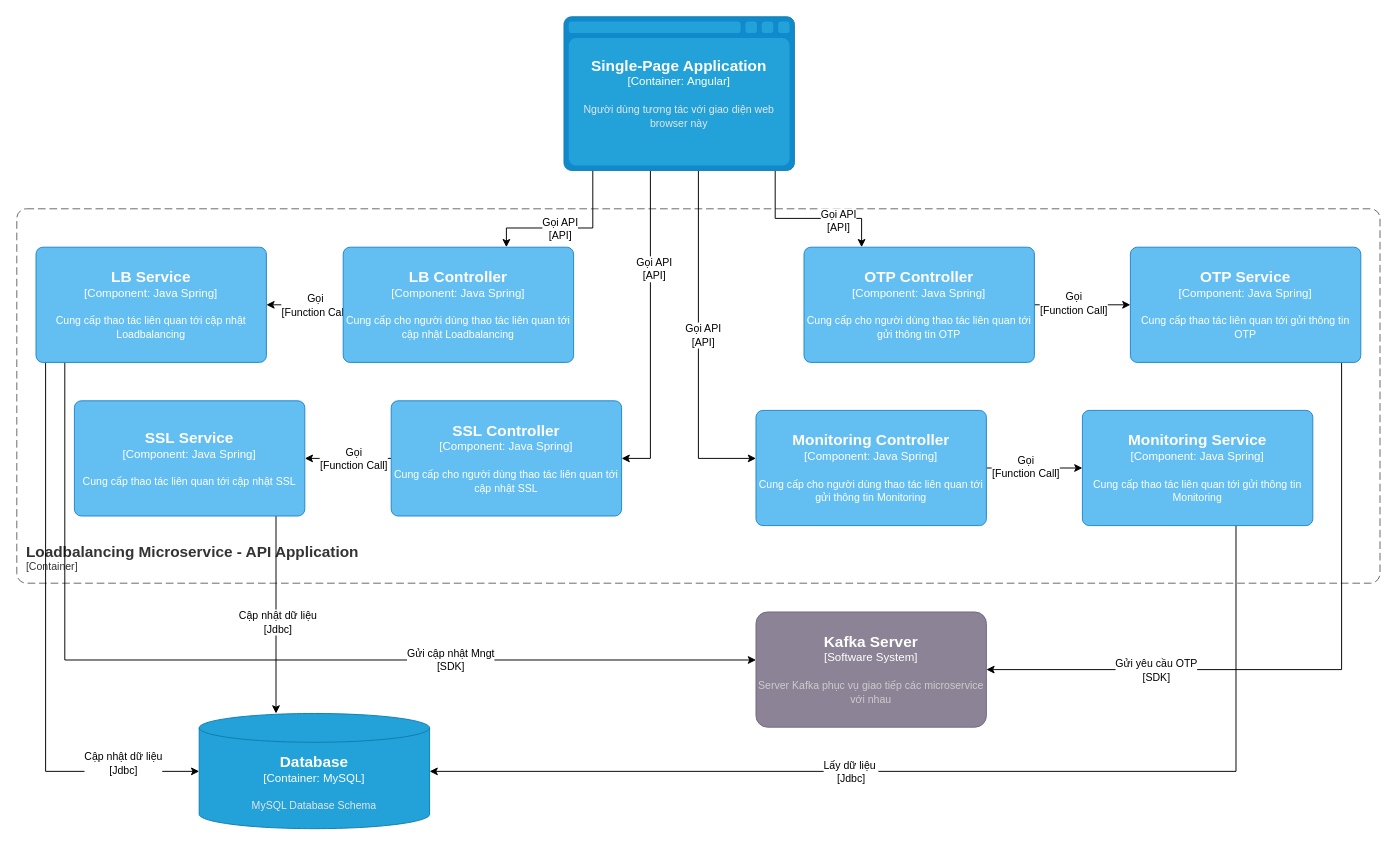
Above: Idg-Portal lv3 Loadbalancing API.drawio in dangngocsoncntt/draw.io (draw.io), before the change. Source tidied: cells renumbered, new cells numbered last; positions are measured from the earlier drawing's top-left corner, leaving out a move shared by most shapes. Both pictures are drawn from the tidied source at 96%, with x=0, y=0 at pixel (16, 16).
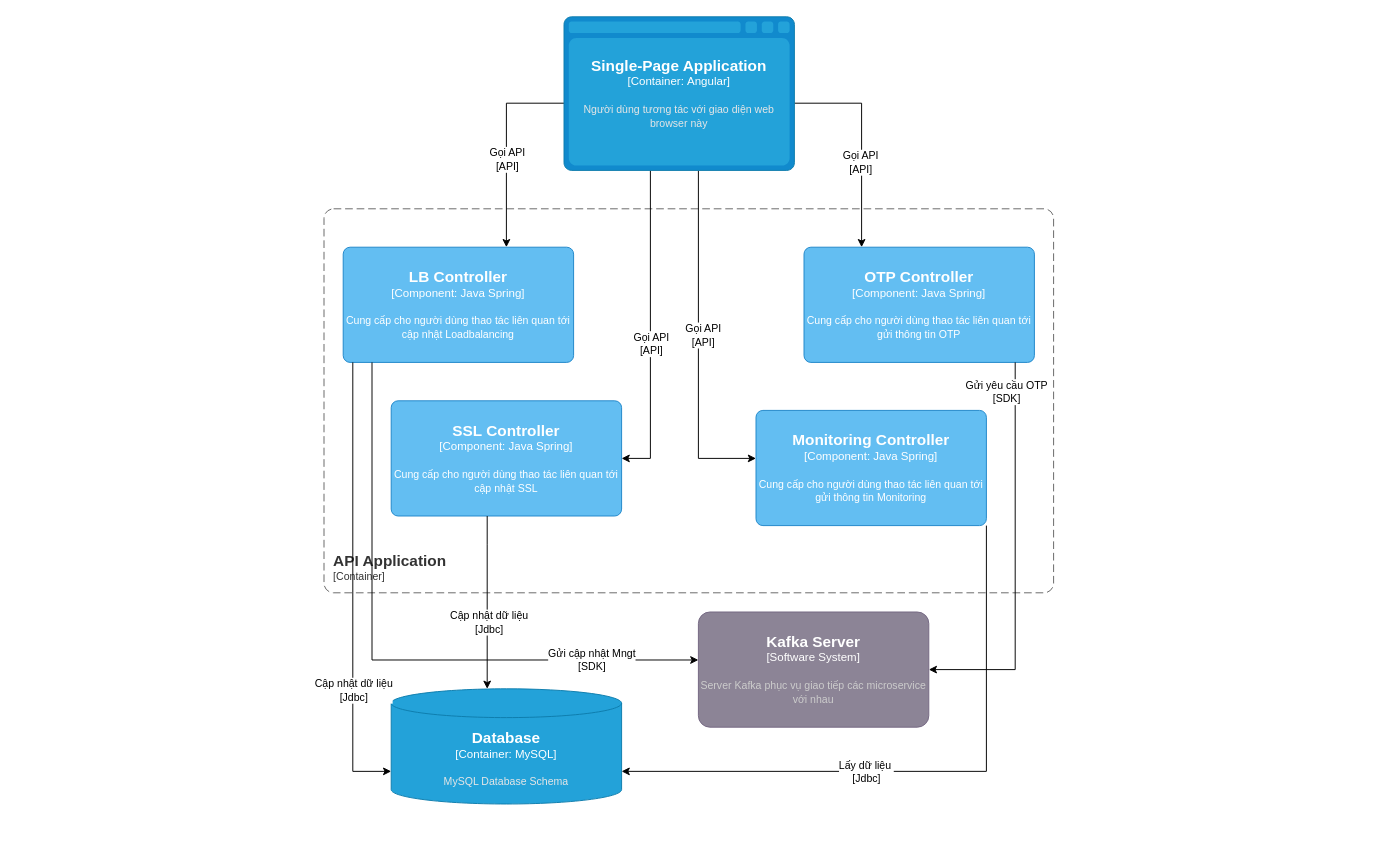
The same page after the edit.

The change refers to these unchanged cells:
```xml
<mxCell id="7" style="edgeStyle=orthogonalEdgeStyle;rounded=0;jettySize=auto;html=1;" parent="1" edge="1" source="11" target="30">
  <mxGeometry relative="1" as="geometry">
    <Array as="points">
      <mxPoint x="660" y="460" />
    </Array>
  </mxGeometry>
</mxCell>
<object id="11" label="&lt;font style=&quot;font-size: 16px&quot;&gt;&lt;b&gt;%c4Type%&lt;/b&gt;&lt;/font&gt;&lt;div&gt;[%c4Container%:&amp;nbsp;%c4Technology%]&lt;/div&gt;&lt;br&gt;&lt;div&gt;&lt;font style=&quot;font-size: 11px&quot;&gt;&lt;font color=&quot;#E6E6E6&quot;&gt;%c4Description%&lt;/font&gt;&lt;/div&gt;" c4Container="Container" c4Description="Người dùng tương tác với giao diện web browser này" c4Technology="Angular" c4Type="Single-Page Application" placeholders="1">
  <mxCell style="shape=mxgraph.c4.webBrowserContainer2;whiteSpace=wrap;html=1;boundedLbl=1;rounded=0;labelBackgroundColor=none;strokeColor=#118ACD;fillColor=#23A2D9;strokeColor=#118ACD;strokeColor2=#0E7DAD;fontSize=12;fontColor=#ffffff;align=center;points=[[0.5,0,0],[1,0.25,0],[1,0.5,0],[1,0.75,0],[0.5,1,0],[0,0.75,0],[0,0.5,0],[0,0.25,0]];" parent="1" vertex="1">
    <mxGeometry x="570" width="240" height="160" as="geometry" />
  </mxCell>
</object>
<object id="14" label="&lt;font style=&quot;font-size: 16px&quot;&gt;&lt;b&gt;%c4Name%&lt;/b&gt;&lt;/font&gt;&lt;div&gt;[%c4Type%: %c4Technology%]&lt;/div&gt;&lt;br&gt;&lt;div&gt;&lt;font style=&quot;font-size: 11px&quot;&gt;%c4Description%&lt;/font&gt;&lt;/div&gt;" c4Description="Cung cấp cho người dùng thao tác liên quan tới cập nhật Loadbalancing" c4Name="LB Controller" c4Technology="Java Spring" c4Type="Component" placeholders="1">
  <mxCell style="rounded=1;whiteSpace=wrap;html=1;labelBackgroundColor=none;fillColor=#63BEF2;fontColor=#ffffff;align=center;arcSize=6;strokeColor=#2086C9;points=[[0.25,0,0],[0.5,0,0],[0.75,0,0],[1,0.25,0],[1,0.5,0],[1,0.75,0],[0.75,1,0],[0.5,1,0],[0.25,1,0],[0,0.75,0],[0,0.5,0],[0,0.25,0]];" parent="1" vertex="1">
    <mxGeometry x="340" y="240" width="240" height="120" as="geometry" />
  </mxCell>
</object>
<object id="17" label="&lt;font style=&quot;font-size: 16px&quot;&gt;&lt;b&gt;%c4Name%&lt;/b&gt;&lt;/font&gt;&lt;div&gt;[%c4Type%: %c4Technology%]&lt;/div&gt;&lt;br&gt;&lt;div&gt;&lt;font style=&quot;font-size: 11px&quot;&gt;%c4Description%&lt;/font&gt;&lt;/div&gt;" c4Description="Cung cấp cho người dùng thao tác liên quan tới gửi thông tin OTP" c4Name="OTP Controller" c4Technology="Java Spring" c4Type="Component" placeholders="1">
  <mxCell style="rounded=1;whiteSpace=wrap;html=1;labelBackgroundColor=none;fillColor=#63BEF2;fontColor=#ffffff;align=center;arcSize=6;strokeColor=#2086C9;points=[[0.25,0,0],[0.5,0,0],[0.75,0,0],[1,0.25,0],[1,0.5,0],[1,0.75,0],[0.75,1,0],[0.5,1,0],[0.25,1,0],[0,0.75,0],[0,0.5,0],[0,0.25,0]];" parent="1" vertex="1">
    <mxGeometry x="820" y="240" width="240" height="120" as="geometry" />
  </mxCell>
</object>
<object id="30" label="&lt;font style=&quot;font-size: 16px&quot;&gt;&lt;b&gt;%c4Name%&lt;/b&gt;&lt;/font&gt;&lt;div&gt;[%c4Type%: %c4Technology%]&lt;/div&gt;&lt;br&gt;&lt;div&gt;&lt;font style=&quot;font-size: 11px&quot;&gt;%c4Description%&lt;/font&gt;&lt;/div&gt;" c4Description="Cung cấp cho người dùng thao tác liên quan tới cập nhật SSL" c4Name="SSL Controller" c4Technology="Java Spring" c4Type="Component" placeholders="1">
  <mxCell style="rounded=1;whiteSpace=wrap;html=1;labelBackgroundColor=none;fillColor=#63BEF2;fontColor=#ffffff;align=center;arcSize=6;strokeColor=#2086C9;points=[[0.25,0,0],[0.5,0,0],[0.75,0,0],[1,0.25,0],[1,0.5,0],[1,0.75,0],[0.75,1,0],[0.5,1,0],[0.25,1,0],[0,0.75,0],[0,0.5,0],[0,0.25,0]];" parent="1" vertex="1">
    <mxGeometry x="390" y="400" width="240" height="120" as="geometry" />
  </mxCell>
</object>
<object id="36" label="&lt;font style=&quot;font-size: 16px&quot;&gt;&lt;b&gt;%c4Name%&lt;/b&gt;&lt;/font&gt;&lt;div&gt;[%c4Type%: %c4Technology%]&lt;/div&gt;&lt;br&gt;&lt;div&gt;&lt;font style=&quot;font-size: 11px&quot;&gt;%c4Description%&lt;/font&gt;&lt;/div&gt;" c4Description="Cung cấp cho người dùng thao tác liên quan tới gửi thông tin Monitoring" c4Name="Monitoring Controller" c4Technology="Java Spring" c4Type="Component" placeholders="1">
  <mxCell style="rounded=1;whiteSpace=wrap;html=1;labelBackgroundColor=none;fillColor=#63BEF2;fontColor=#ffffff;align=center;arcSize=6;strokeColor=#2086C9;points=[[0.25,0,0],[0.5,0,0],[0.75,0,0],[1,0.25,0],[1,0.5,0],[1,0.75,0],[0.75,1,0],[0.5,1,0],[0.25,1,0],[0,0.75,0],[0,0.5,0],[0,0.25,0]];" parent="1" vertex="1">
    <mxGeometry x="770" y="410" width="240" height="120" as="geometry" />
  </mxCell>
</object>
```

What changed in the source:
```diff
@@
-    <object id="2" label="&lt;font style=&quot;font-size: 16px&quot;&gt;&lt;b&gt;&lt;div style=&quot;text-align: left&quot;&gt;%c4Name%&lt;/div&gt;&lt;/b&gt;&lt;/font&gt;&lt;div style=&quot;text-align: left&quot;&gt;[%c4Application%]&lt;/div&gt;" c4Application="Container" c4Name="Loadbalancing Microservice - API Application" placeholders="1">
+    <object id="2" label="&lt;font style=&quot;font-size: 16px&quot;&gt;&lt;b&gt;&lt;div style=&quot;text-align: left&quot;&gt;%c4Name%&lt;/div&gt;&lt;/b&gt;&lt;/font&gt;&lt;div style=&quot;text-align: left&quot;&gt;[%c4Application%]&lt;/div&gt;" c4Application="Container" c4Name="API Application" placeholders="1">
       <mxCell style="rounded=1;fontSize=11;whiteSpace=wrap;html=1;dashed=1;arcSize=20;fillColor=none;strokeColor=#666666;fontColor=#333333;labelBackgroundColor=none;align=left;verticalAlign=bottom;labelBorderColor=none;spacingTop=0;spacing=10;dashPattern=8 4;perimeter=rectanglePerimeter;noLabel=0;labelPadding=0;absoluteArcSize=1;" parent="1" vertex="1">
-        <mxGeometry y="200" width="1420" height="390" as="geometry" />
+        <mxGeometry x="320" y="200" width="760" height="400" as="geometry" />
       </mxCell>
     </object>
     <mxCell id="3" style="edgeStyle=orthogonalEdgeStyle;rounded=0;jettySize=auto;html=1;" parent="1" edge="1" source="11" target="14">
       <mxGeometry relative="1" as="geometry">
         <Array as="points">
-          <mxPoint x="600" y="220" />
-          <mxPoint x="510" y="220" />
+          <mxPoint x="510" y="90" />
         </Array>
       </mxGeometry>
     </mxCell>
@@
     <mxCell id="5" style="edgeStyle=orthogonalEdgeStyle;rounded=0;jettySize=auto;html=1;" parent="1" edge="1" source="11" target="17">
       <mxGeometry relative="1" as="geometry">
         <Array as="points">
-          <mxPoint x="790" y="210" />
-          <mxPoint x="880" y="210" />
+          <mxPoint x="880" y="90" />
         </Array>
       </mxGeometry>
     </mxCell>
     <mxCell id="6" value="Gọi API&lt;br style=&quot;border-color: var(--border-color);&quot;&gt;[API]" style="edgeLabel;html=1;align=center;verticalAlign=middle;" parent="5" vertex="1">
-      <mxGeometry x="0.35" y="-2" relative="1" as="geometry" />
+      <mxGeometry x="0.35" y="-2" relative="1" as="geometry">
+        <mxPoint y="-18" as="offset" />
+      </mxGeometry>
     </mxCell>
@@
     <mxCell id="8" value="Gọi API&lt;br style=&quot;border-color: var(--border-color);&quot;&gt;[API]" style="edgeLabel;html=1;align=center;verticalAlign=middle;" parent="7" vertex="1">
-      <mxGeometry x="-0.38" y="3" relative="1" as="geometry" />
+      <mxGeometry x="-0.38" y="3" relative="1" as="geometry">
+        <mxPoint x="-3" y="78" as="offset" />
+      </mxGeometry>
     </mxCell>
@@
-    <mxCell id="12" style="edgeStyle=orthogonalEdgeStyle;rounded=0;jettySize=auto;html=1;" parent="1" edge="1" source="14" target="23">
-      <mxGeometry relative="1" as="geometry" />
-    </mxCell>
-    <mxCell id="13" value="Gọi&lt;br&gt;[Function Call]" style="edgeLabel;html=1;align=center;verticalAlign=middle;" parent="12" vertex="1">
-      <mxGeometry x="0.18" y="2" relative="1" as="geometry">
-        <mxPoint x="17" y="-2" as="offset" />
-      </mxGeometry>
-    </mxCell>
@@
-    <mxCell id="15" style="edgeStyle=orthogonalEdgeStyle;rounded=0;jettySize=auto;html=1;" parent="1" edge="1" source="17" target="26">
-      <mxGeometry relative="1" as="geometry" />
-    </mxCell>
-    <mxCell id="16" value="Gọi&lt;br style=&quot;border-color: var(--border-color);&quot;&gt;[Function Call]" style="edgeLabel;html=1;align=center;verticalAlign=middle;" parent="15" vertex="1">
-      <mxGeometry x="-0.2" y="2" relative="1" as="geometry" />
-    </mxCell>
@@
     <object id="18" label="&lt;font style=&quot;font-size: 16px&quot;&gt;&lt;b&gt;%c4Type%&lt;/b&gt;&lt;/font&gt;&lt;div&gt;[%c4Container%:&amp;nbsp;%c4Technology%]&lt;/div&gt;&lt;br&gt;&lt;div&gt;&lt;font style=&quot;font-size: 11px&quot;&gt;&lt;font color=&quot;#E6E6E6&quot;&gt;%c4Description%&lt;/font&gt;&lt;/div&gt;" c4Container="Container" c4Description="MySQL Database Schema" c4Technology="MySQL" c4Type="Database" placeholders="1">
       <mxCell style="shape=cylinder3;size=15;whiteSpace=wrap;html=1;boundedLbl=1;rounded=0;labelBackgroundColor=none;fillColor=#23A2D9;fontSize=12;fontColor=#ffffff;align=center;strokeColor=#0E7DAD;points=[[0.5,0,0],[1,0.25,0],[1,0.5,0],[1,0.75,0],[0.5,1,0],[0,0.75,0],[0,0.5,0],[0,0.25,0]];" parent="1" vertex="1">
-        <mxGeometry x="190" y="725.7" width="240" height="120" as="geometry" />
+        <mxGeometry x="390" y="700" width="240" height="120" as="geometry" />
       </mxCell>
     </object>
-    <mxCell id="19" style="edgeStyle=orthogonalEdgeStyle;rounded=0;jettySize=auto;html=1;" parent="1" edge="1" source="23" target="18">
+    <mxCell id="19" style="edgeStyle=orthogonalEdgeStyle;rounded=0;jettySize=auto;html=1;" parent="1" edge="1" source="14" target="18">
       <mxGeometry relative="1" as="geometry">
         <Array as="points">
-          <mxPoint x="30" y="786" />
+          <mxPoint x="350" y="786" />
         </Array>
       </mxGeometry>
     </mxCell>
     <mxCell id="20" value="Cập nhật dữ liệu&lt;br style=&quot;border-color: var(--border-color);&quot;&gt;[Jdbc]" style="edgeLabel;html=1;align=center;verticalAlign=middle;" parent="19" vertex="1">
       <mxGeometry x="0.67" y="-1" relative="1" as="geometry">
-        <mxPoint x="17" y="-10" as="offset" />
+        <mxPoint x="1" y="-48" as="offset" />
       </mxGeometry>
     </mxCell>
-    <mxCell id="21" style="edgeStyle=orthogonalEdgeStyle;rounded=0;jettySize=auto;html=1;" parent="1" edge="1" source="23" target="27">
+    <mxCell id="21" style="edgeStyle=orthogonalEdgeStyle;rounded=0;jettySize=auto;html=1;" parent="1" edge="1" source="14" target="27">
       <mxGeometry relative="1" as="geometry">
         <Array as="points">
-          <mxPoint x="50" y="670" />
+          <mxPoint x="370" y="670" />
         </Array>
       </mxGeometry>
     </mxCell>
     <mxCell id="22" value="Gửi cập nhật Mngt&lt;br&gt;[SDK]" style="edgeLabel;html=1;align=center;verticalAlign=middle;" parent="21" vertex="1">
-      <mxGeometry x="0.38" y="1" relative="1" as="geometry" />
+      <mxGeometry x="0.38" y="1" relative="1" as="geometry">
+        <mxPoint x="90" as="offset" />
+      </mxGeometry>
     </mxCell>
-    <object id="23" label="&lt;font style=&quot;font-size: 16px&quot;&gt;&lt;b&gt;%c4Name%&lt;/b&gt;&lt;/font&gt;&lt;div&gt;[%c4Type%: %c4Technology%]&lt;/div&gt;&lt;br&gt;&lt;div&gt;&lt;font style=&quot;font-size: 11px&quot;&gt;%c4Description%&lt;/font&gt;&lt;/div&gt;" c4Description="Cung cấp thao tác liên quan tới cập nhật Loadbalancing" c4Name="LB Service" c4Technology="Java Spring" c4Type="Component" placeholders="1">
-      <mxCell style="rounded=1;whiteSpace=wrap;html=1;labelBackgroundColor=none;fillColor=#63BEF2;fontColor=#ffffff;align=center;arcSize=6;strokeColor=#2086C9;points=[[0.25,0,0],[0.5,0,0],[0.75,0,0],[1,0.25,0],[1,0.5,0],[1,0.75,0],[0.75,1,0],[0.5,1,0],[0.25,1,0],[0,0.75,0],[0,0.5,0],[0,0.25,0]];" parent="1" vertex="1">
-        <mxGeometry x="20" y="240" width="240" height="120" as="geometry" />
-      </mxCell>
-    </object>
-    <mxCell id="24" style="edgeStyle=orthogonalEdgeStyle;rounded=0;jettySize=auto;html=1;" parent="1" edge="1" source="26" target="27">
+    <mxCell id="24" style="edgeStyle=orthogonalEdgeStyle;rounded=0;jettySize=auto;html=1;" parent="1" edge="1" source="17" target="27">
       <mxGeometry relative="1" as="geometry">
         <Array as="points">
-          <mxPoint x="1380" y="680" />
+          <mxPoint x="1040" y="680" />
         </Array>
       </mxGeometry>
     </mxCell>
     <mxCell id="25" value="Gửi yêu cầu OTP&lt;br&gt;[SDK]" style="edgeLabel;html=1;align=center;verticalAlign=middle;" parent="24" vertex="1">
-      <mxGeometry x="0.49" relative="1" as="geometry" />
+      <mxGeometry x="0.49" relative="1" as="geometry">
+        <mxPoint x="-10" y="-275" as="offset" />
+      </mxGeometry>
     </mxCell>
-    <object id="26" label="&lt;font style=&quot;font-size: 16px&quot;&gt;&lt;b&gt;%c4Name%&lt;/b&gt;&lt;/font&gt;&lt;div&gt;[%c4Type%: %c4Technology%]&lt;/div&gt;&lt;br&gt;&lt;div&gt;&lt;font style=&quot;font-size: 11px&quot;&gt;%c4Description%&lt;/font&gt;&lt;/div&gt;" c4Description="Cung cấp thao tác liên quan tới gửi thông tin OTP" c4Name="OTP Service" c4Technology="Java Spring" c4Type="Component" placeholders="1">
-      <mxCell style="rounded=1;whiteSpace=wrap;html=1;labelBackgroundColor=none;fillColor=#63BEF2;fontColor=#ffffff;align=center;arcSize=6;strokeColor=#2086C9;points=[[0.25,0,0],[0.5,0,0],[0.75,0,0],[1,0.25,0],[1,0.5,0],[1,0.75,0],[0.75,1,0],[0.5,1,0],[0.25,1,0],[0,0.75,0],[0,0.5,0],[0,0.25,0]];" parent="1" vertex="1">
-        <mxGeometry x="1160" y="240" width="240" height="120" as="geometry" />
-      </mxCell>
-    </object>
     <object id="27" label="&lt;font style=&quot;font-size: 16px&quot;&gt;&lt;b&gt;%c4Name%&lt;/b&gt;&lt;/font&gt;&lt;div&gt;[%c4Type%]&lt;/div&gt;&lt;br&gt;&lt;div&gt;&lt;font style=&quot;font-size: 11px&quot;&gt;&lt;font color=&quot;#cccccc&quot;&gt;%c4Description%&lt;/font&gt;&lt;/div&gt;" c4Description="Server Kafka phục vụ giao tiếp các microservice với nhau" c4Name="Kafka Server" c4Type="Software System" placeholders="1">
       <mxCell style="rounded=1;whiteSpace=wrap;html=1;labelBackgroundColor=none;fillColor=#8C8496;fontColor=#ffffff;align=center;arcSize=10;strokeColor=#736782;points=[[0.25,0,0],[0.5,0,0],[0.75,0,0],[1,0.25,0],[1,0.5,0],[1,0.75,0],[0.75,1,0],[0.5,1,0],[0.25,1,0],[0,0.75,0],[0,0.5,0],[0,0.25,0]];" parent="1" vertex="1">
-        <mxGeometry x="770" y="620" width="240" height="120" as="geometry" />
+        <mxGeometry x="710" y="620" width="240" height="120" as="geometry" />
       </mxCell>
     </object>
-    <mxCell id="28" style="edgeStyle=orthogonalEdgeStyle;rounded=0;jettySize=auto;html=1;" parent="1" edge="1" source="30" target="33">
-      <mxGeometry relative="1" as="geometry" />
-    </mxCell>
-    <mxCell id="29" value="Gọi&lt;br&gt;[Function Call]" style="edgeLabel;html=1;align=center;verticalAlign=middle;" parent="28" vertex="1">
-      <mxGeometry x="0.18" y="2" relative="1" as="geometry">
-        <mxPoint x="13" y="-2" as="offset" />
-      </mxGeometry>
-    </mxCell>
@@
-    <mxCell id="31" style="edgeStyle=orthogonalEdgeStyle;rounded=0;jettySize=auto;html=1;" parent="1" edge="1" source="33" target="18">
+    <mxCell id="31" style="edgeStyle=orthogonalEdgeStyle;rounded=0;jettySize=auto;html=1;" parent="1" edge="1" source="30" target="18">
       <mxGeometry relative="1" as="geometry">
         <Array as="points">
-          <mxPoint x="270" y="620" />
-          <mxPoint x="270" y="620" />
+          <mxPoint x="490" y="550" />
+          <mxPoint x="490" y="550" />
         </Array>
       </mxGeometry>
     </mxCell>
     <mxCell id="32" value="Cập nhật dữ liệu&lt;br&gt;[Jdbc]" style="edgeLabel;html=1;align=center;verticalAlign=middle;" parent="31" vertex="1">
       <mxGeometry x="0.29" y="1" relative="1" as="geometry">
-        <mxPoint y="-23" as="offset" />
+        <mxPoint y="-6" as="offset" />
       </mxGeometry>
     </mxCell>
-    <object id="33" label="&lt;font style=&quot;font-size: 16px&quot;&gt;&lt;b&gt;%c4Name%&lt;/b&gt;&lt;/font&gt;&lt;div&gt;[%c4Type%: %c4Technology%]&lt;/div&gt;&lt;br&gt;&lt;div&gt;&lt;font style=&quot;font-size: 11px&quot;&gt;%c4Description%&lt;/font&gt;&lt;/div&gt;" c4Description="Cung cấp thao tác liên quan tới cập nhật SSL" c4Name="SSL Service" c4Technology="Java Spring" c4Type="Component" placeholders="1">
-      <mxCell style="rounded=1;whiteSpace=wrap;html=1;labelBackgroundColor=none;fillColor=#63BEF2;fontColor=#ffffff;align=center;arcSize=6;strokeColor=#2086C9;points=[[0.25,0,0],[0.5,0,0],[0.75,0,0],[1,0.25,0],[1,0.5,0],[1,0.75,0],[0.75,1,0],[0.5,1,0],[0.25,1,0],[0,0.75,0],[0,0.5,0],[0,0.25,0]];" parent="1" vertex="1">
-        <mxGeometry x="60" y="400" width="240" height="120" as="geometry" />
-      </mxCell>
-    </object>
-    <mxCell id="34" style="edgeStyle=orthogonalEdgeStyle;rounded=0;jettySize=auto;html=1;" parent="1" edge="1" source="36" target="39">
-      <mxGeometry relative="1" as="geometry" />
-    </mxCell>
-    <mxCell id="35" value="Gọi&lt;br style=&quot;border-color: var(--border-color);&quot;&gt;[Function Call]" style="edgeLabel;html=1;align=center;verticalAlign=middle;" parent="34" vertex="1">
-      <mxGeometry x="-0.2" y="2" relative="1" as="geometry" />
-    </mxCell>
@@
-    <mxCell id="37" style="edgeStyle=orthogonalEdgeStyle;rounded=0;jettySize=auto;html=1;" parent="1" edge="1" source="39" target="18">
+    <mxCell id="37" style="edgeStyle=orthogonalEdgeStyle;rounded=0;jettySize=auto;html=1;" parent="1" edge="1" source="36" target="18">
       <mxGeometry relative="1" as="geometry">
         <Array as="points">
-          <mxPoint x="1270" y="786" />
+          <mxPoint x="1010" y="786" />
         </Array>
       </mxGeometry>
     </mxCell>
@@
-    <object id="39" label="&lt;font style=&quot;font-size: 16px&quot;&gt;&lt;b&gt;%c4Name%&lt;/b&gt;&lt;/font&gt;&lt;div&gt;[%c4Type%: %c4Technology%]&lt;/div&gt;&lt;br&gt;&lt;div&gt;&lt;font style=&quot;font-size: 11px&quot;&gt;%c4Description%&lt;/font&gt;&lt;/div&gt;" c4Description="Cung cấp thao tác liên quan tới gửi thông tin Monitoring" c4Name="Monitoring Service" c4Technology="Java Spring" c4Type="Component" placeholders="1">
-      <mxCell style="rounded=1;whiteSpace=wrap;html=1;labelBackgroundColor=none;fillColor=#63BEF2;fontColor=#ffffff;align=center;arcSize=6;strokeColor=#2086C9;points=[[0.25,0,0],[0.5,0,0],[0.75,0,0],[1,0.25,0],[1,0.5,0],[1,0.75,0],[0.75,1,0],[0.5,1,0],[0.25,1,0],[0,0.75,0],[0,0.5,0],[0,0.25,0]];" parent="1" vertex="1">
-        <mxGeometry x="1110" y="410" width="240" height="120" as="geometry" />
-      </mxCell>
-    </object>
```
